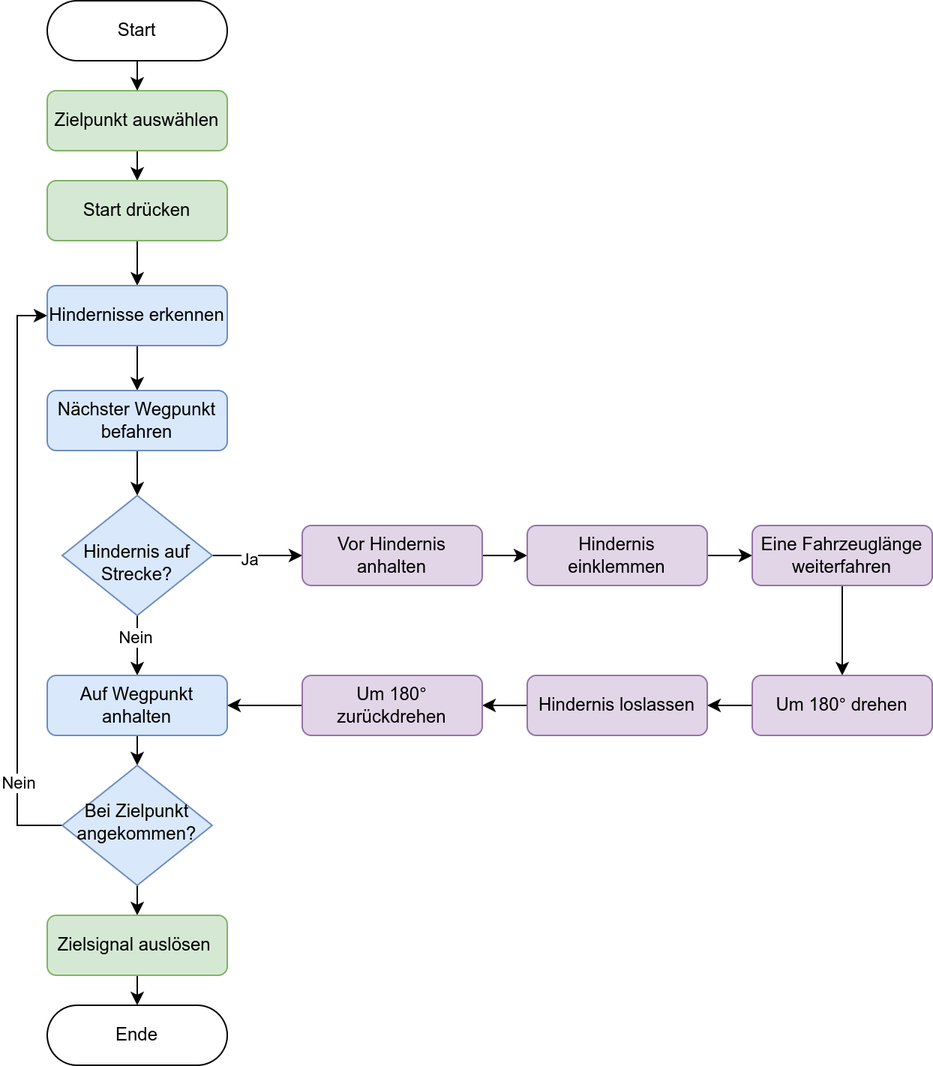
Above: img/lösungskonzpet/Ablaufdiagramm.png in gianfurrer/hslu-pren1-documentation (draw.io), before the change. Source tidied: cells renumbered, new cells last; positions are measured from the earlier drawing's top-left corner, leaving out a move shared by most shapes.
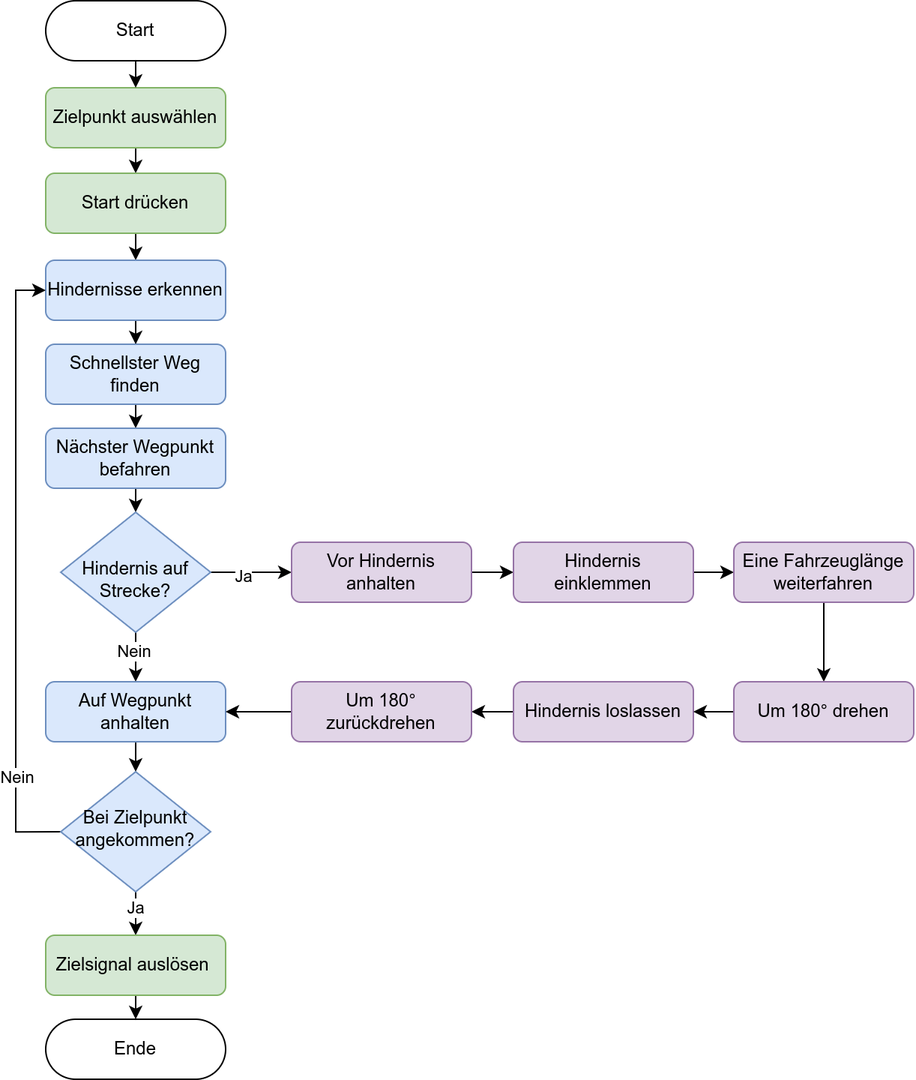
Above is the later version.

Change to the diagram source:
```diff
@@ -6,25 +6,28 @@
       <mxGeometry relative="1" as="geometry" />
     </mxCell>
     <mxCell id="3" value="Zielpunkt auswählen" style="rounded=1;whiteSpace=wrap;html=1;fontSize=12;glass=0;strokeWidth=1;shadow=0;fillColor=#d5e8d4;strokeColor=#82b366;" parent="1" vertex="1">
-      <mxGeometry x="20" y="60" width="120" height="40" as="geometry" />
+      <mxGeometry x="20" y="58" width="120" height="40" as="geometry" />
     </mxCell>
     <mxCell id="4" style="edgeStyle=orthogonalEdgeStyle;rounded=0;jettySize=auto;html=1;exitX=0.5;exitY=1;exitDx=0;exitDy=0;entryX=0.5;entryY=0;entryDx=0;entryDy=0;" parent="1" edge="1" source="5" target="7">
       <mxGeometry relative="1" as="geometry" />
     </mxCell>
     <mxCell id="5" value="Start drücken" style="rounded=1;whiteSpace=wrap;html=1;fontSize=12;glass=0;strokeWidth=1;shadow=0;fillColor=#d5e8d4;strokeColor=#82b366;" parent="1" vertex="1">
-      <mxGeometry x="20" y="120" width="120" height="40" as="geometry" />
+      <mxGeometry x="20" y="115" width="120" height="40" as="geometry" />
     </mxCell>
-    <mxCell id="6" style="edgeStyle=orthogonalEdgeStyle;rounded=0;jettySize=auto;html=1;exitX=0.5;exitY=1;exitDx=0;exitDy=0;entryX=0.5;entryY=0;entryDx=0;entryDy=0;" parent="1" edge="1" source="7" target="9">
+    <mxCell id="6" style="edgeStyle=orthogonalEdgeStyle;rounded=0;jettySize=auto;html=1;exitX=0.5;exitY=1;exitDx=0;exitDy=0;entryX=0.5;entryY=0;entryDx=0;entryDy=0;" parent="1" edge="1" source="40" target="9">
       <mxGeometry relative="1" as="geometry" />
     </mxCell>
+    <mxCell id="38" style="edgeStyle=orthogonalEdgeStyle;rounded=0;jettySize=auto;html=1;entryX=0.5;entryY=0;entryDx=0;entryDy=0;" parent="1" edge="1" source="7" target="40">
+      <mxGeometry relative="1" as="geometry" />
+    </mxCell>
     <mxCell id="7" value="Hindernisse erkennen" style="rounded=1;whiteSpace=wrap;html=1;fontSize=12;glass=0;strokeWidth=1;shadow=0;fillColor=#dae8fc;strokeColor=#6c8ebf;" parent="1" vertex="1">
-      <mxGeometry x="20" y="190" width="120" height="40" as="geometry" />
+      <mxGeometry x="20" y="173" width="120" height="40" as="geometry" />
     </mxCell>
     <mxCell id="8" style="edgeStyle=orthogonalEdgeStyle;rounded=0;jettySize=auto;html=1;exitX=0.5;exitY=1;exitDx=0;exitDy=0;entryX=0.5;entryY=0;entryDx=0;entryDy=0;" parent="1" edge="1" source="9" target="14">
       <mxGeometry relative="1" as="geometry" />
     </mxCell>
     <mxCell id="9" value="Nächster Wegpunkt befahren" style="rounded=1;whiteSpace=wrap;html=1;fontSize=12;glass=0;strokeWidth=1;shadow=0;fillColor=#dae8fc;strokeColor=#6c8ebf;" parent="1" vertex="1">
-      <mxGeometry x="20" y="260" width="120" height="40" as="geometry" />
+      <mxGeometry x="20" y="285" width="120" height="40" as="geometry" />
     </mxCell>
     <mxCell id="10" style="edgeStyle=orthogonalEdgeStyle;rounded=0;jettySize=auto;html=1;exitX=0.5;exitY=1;exitDx=0;exitDy=0;entryX=0.5;entryY=0;entryDx=0;entryDy=0;" parent="1" edge="1" source="14" target="16">
       <mxGeometry relative="1" as="geometry" />
@@ -41,72 +44,72 @@
       </mxGeometry>
     </mxCell>
     <mxCell id="14" value="&lt;div&gt;&lt;br&gt;&lt;/div&gt;Hindernis auf Strecke?" style="rhombus;whiteSpace=wrap;html=1;shadow=0;fontFamily=Helvetica;fontSize=12;align=center;strokeWidth=1;spacing=6;spacingTop=-4;fillColor=#dae8fc;strokeColor=#6c8ebf;" parent="1" vertex="1">
-      <mxGeometry x="30" y="330" width="100" height="80" as="geometry" />
+      <mxGeometry x="30" y="341" width="100" height="80" as="geometry" />
     </mxCell>
     <mxCell id="15" style="edgeStyle=orthogonalEdgeStyle;rounded=0;jettySize=auto;html=1;exitX=0.5;exitY=1;exitDx=0;exitDy=0;entryX=0.5;entryY=0;entryDx=0;entryDy=0;" parent="1" edge="1" source="16" target="20">
       <mxGeometry relative="1" as="geometry" />
     </mxCell>
     <mxCell id="16" value="Auf Wegpunkt anhalten" style="rounded=1;whiteSpace=wrap;html=1;fontSize=12;glass=0;strokeWidth=1;shadow=0;fillColor=#dae8fc;strokeColor=#6c8ebf;" parent="1" vertex="1">
-      <mxGeometry x="20" y="450" width="120" height="40" as="geometry" />
+      <mxGeometry x="20" y="454" width="120" height="40" as="geometry" />
     </mxCell>
+    <mxCell id="19" style="edgeStyle=orthogonalEdgeStyle;rounded=0;jettySize=auto;html=1;exitX=0.5;exitY=1;exitDx=0;exitDy=0;entryX=0.5;entryY=0;entryDx=0;entryDy=0;" parent="1" edge="1" source="20" target="34">
+      <mxGeometry relative="1" as="geometry" />
+    </mxCell>
+    <mxCell id="39" value="Ja" style="edgeLabel;html=1;align=center;verticalAlign=middle;" parent="19" vertex="1">
+      <mxGeometry x="-0.45" y="1" relative="1" as="geometry">
+        <mxPoint x="-2" y="2" as="offset" />
+      </mxGeometry>
+    </mxCell>
-    <mxCell id="17" style="edgeStyle=orthogonalEdgeStyle;rounded=0;jettySize=auto;html=1;entryX=0;entryY=0.5;entryDx=0;entryDy=0;" parent="1" edge="1" source="20" target="7">
-      <mxGeometry relative="1" as="geometry">
-        <Array as="points">
-          <mxPoint y="550" />
-          <mxPoint y="210" />
-        </Array>
-      </mxGeometry>
+    <mxCell id="17" style="edgeStyle=orthogonalEdgeStyle;rounded=0;jettySize=auto;html=1;exitX=0;exitY=0.5;exitDx=0;exitDy=0;entryX=0;entryY=0.5;entryDx=0;entryDy=0;" parent="1" edge="1" source="20" target="7">
+      <mxGeometry relative="1" as="geometry" />
     </mxCell>
     <mxCell id="18" value="Nein" style="edgeLabel;html=1;align=center;verticalAlign=middle;" parent="17" vertex="1">
-      <mxGeometry x="-0.7" relative="1" as="geometry" />
+      <mxGeometry x="-0.67" relative="1" as="geometry" />
     </mxCell>
-    <mxCell id="19" style="edgeStyle=orthogonalEdgeStyle;rounded=0;jettySize=auto;html=1;exitX=0.5;exitY=1;exitDx=0;exitDy=0;entryX=0.5;entryY=0;entryDx=0;entryDy=0;" parent="1" edge="1" source="20" target="34">
-      <mxGeometry relative="1" as="geometry" />
-    </mxCell>
     <mxCell id="20" value="Bei Zielpunkt angekommen?" style="rhombus;whiteSpace=wrap;html=1;shadow=0;fontFamily=Helvetica;fontSize=12;align=center;strokeWidth=1;spacing=6;spacingTop=-4;fillColor=#dae8fc;strokeColor=#6c8ebf;" parent="1" vertex="1">
-      <mxGeometry x="30" y="510" width="100" height="80" as="geometry" />
+      <mxGeometry x="30" y="514" width="100" height="80" as="geometry" />
     </mxCell>
     <mxCell id="21" style="edgeStyle=orthogonalEdgeStyle;rounded=0;jettySize=auto;html=1;exitX=1;exitY=0.5;exitDx=0;exitDy=0;entryX=0;entryY=0.5;entryDx=0;entryDy=0;" parent="1" edge="1" source="22" target="24">
       <mxGeometry relative="1" as="geometry" />
     </mxCell>
     <mxCell id="22" value="Vor Hindernis anhalten" style="rounded=1;whiteSpace=wrap;html=1;fontSize=12;glass=0;strokeWidth=1;shadow=0;fillColor=#e1d5e7;strokeColor=#9673a6;" parent="1" vertex="1">
-      <mxGeometry x="190" y="350" width="120" height="40" as="geometry" />
+      <mxGeometry x="184" y="361" width="120" height="40" as="geometry" />
     </mxCell>
     <mxCell id="23" style="edgeStyle=orthogonalEdgeStyle;rounded=0;jettySize=auto;html=1;exitX=1;exitY=0.5;exitDx=0;exitDy=0;entryX=0;entryY=0.5;entryDx=0;entryDy=0;" parent="1" edge="1" source="24" target="30">
       <mxGeometry relative="1" as="geometry" />
     </mxCell>
     <mxCell id="24" value="Hindernis einklemmen" style="rounded=1;whiteSpace=wrap;html=1;fontSize=12;glass=0;strokeWidth=1;shadow=0;fillColor=#e1d5e7;strokeColor=#9673a6;" parent="1" vertex="1">
-      <mxGeometry x="340" y="350" width="120" height="40" as="geometry" />
+      <mxGeometry x="332" y="361" width="120" height="40" as="geometry" />
     </mxCell>
     <mxCell id="25" style="edgeStyle=orthogonalEdgeStyle;rounded=0;jettySize=auto;html=1;exitX=0;exitY=0.5;exitDx=0;exitDy=0;entryX=1;entryY=0.5;entryDx=0;entryDy=0;" parent="1" edge="1" source="26" target="28">
       <mxGeometry relative="1" as="geometry" />
     </mxCell>
     <mxCell id="26" value="Hindernis loslassen" style="rounded=1;whiteSpace=wrap;html=1;fontSize=12;glass=0;strokeWidth=1;shadow=0;fillColor=#e1d5e7;strokeColor=#9673a6;" parent="1" vertex="1">
-      <mxGeometry x="340" y="450" width="120" height="40" as="geometry" />
+      <mxGeometry x="332" y="454" width="120" height="40" as="geometry" />
     </mxCell>
     <mxCell id="27" style="edgeStyle=orthogonalEdgeStyle;rounded=0;jettySize=auto;html=1;exitX=0;exitY=0.5;exitDx=0;exitDy=0;entryX=1;entryY=0.5;entryDx=0;entryDy=0;" parent="1" edge="1" source="28" target="16">
       <mxGeometry relative="1" as="geometry" />
     </mxCell>
     <mxCell id="28" value="Um 180° zurückdrehen" style="rounded=1;whiteSpace=wrap;html=1;fontSize=12;glass=0;strokeWidth=1;shadow=0;fillColor=#e1d5e7;strokeColor=#9673a6;" parent="1" vertex="1">
-      <mxGeometry x="190" y="450" width="120" height="40" as="geometry" />
+      <mxGeometry x="184" y="454" width="120" height="40" as="geometry" />
     </mxCell>
     <mxCell id="29" style="edgeStyle=orthogonalEdgeStyle;rounded=0;jettySize=auto;html=1;exitX=0.5;exitY=1;exitDx=0;exitDy=0;entryX=0.5;entryY=0;entryDx=0;entryDy=0;" parent="1" edge="1" source="30" target="32">
       <mxGeometry relative="1" as="geometry" />
     </mxCell>
     <mxCell id="30" value="Eine Fahrzeuglänge&lt;div&gt;weiterfahren&lt;/div&gt;" style="rounded=1;whiteSpace=wrap;html=1;fontSize=12;glass=0;strokeWidth=1;shadow=0;fillColor=#e1d5e7;strokeColor=#9673a6;" parent="1" vertex="1">
-      <mxGeometry x="490" y="350" width="120" height="40" as="geometry" />
+      <mxGeometry x="479" y="361" width="120" height="40" as="geometry" />
     </mxCell>
     <mxCell id="31" style="edgeStyle=orthogonalEdgeStyle;rounded=0;jettySize=auto;html=1;exitX=0;exitY=0.5;exitDx=0;exitDy=0;entryX=1;entryY=0.5;entryDx=0;entryDy=0;" parent="1" edge="1" source="32" target="26">
       <mxGeometry relative="1" as="geometry" />
     </mxCell>
     <mxCell id="32" value="Um 180° drehen" style="rounded=1;whiteSpace=wrap;html=1;fontSize=12;glass=0;strokeWidth=1;shadow=0;fillColor=#e1d5e7;strokeColor=#9673a6;" parent="1" vertex="1">
-      <mxGeometry x="490" y="450" width="120" height="40" as="geometry" />
+      <mxGeometry x="479" y="454" width="120" height="40" as="geometry" />
     </mxCell>
     <mxCell id="33" style="edgeStyle=orthogonalEdgeStyle;rounded=0;jettySize=auto;html=1;exitX=0.5;exitY=1;exitDx=0;exitDy=0;entryX=0.5;entryY=0;entryDx=0;entryDy=0;" parent="1" edge="1" source="34" target="37">
       <mxGeometry relative="1" as="geometry" />
     </mxCell>
     <mxCell id="34" value="Zielsignal auslösen&amp;nbsp;" style="rounded=1;whiteSpace=wrap;html=1;fontSize=12;glass=0;strokeWidth=1;shadow=0;fillColor=#d5e8d4;strokeColor=#82b366;" parent="1" vertex="1">
-      <mxGeometry x="20" y="610" width="120" height="40" as="geometry" />
+      <mxGeometry x="20" y="623" width="120" height="40" as="geometry" />
     </mxCell>
     <mxCell id="35" style="edgeStyle=orthogonalEdgeStyle;rounded=0;jettySize=auto;html=1;exitX=0.5;exitY=1;exitDx=0;exitDy=0;entryX=0.5;entryY=0;entryDx=0;entryDy=0;" parent="1" edge="1" source="36" target="3">
       <mxGeometry relative="1" as="geometry" />
@@ -115,7 +118,10 @@
       <mxGeometry x="20" width="120" height="40" as="geometry" />
     </mxCell>
     <mxCell id="37" value="Ende" style="rounded=1;whiteSpace=wrap;html=1;fontSize=12;glass=0;strokeWidth=1;shadow=0;arcSize=50;" parent="1" vertex="1">
-      <mxGeometry x="20" y="670" width="120" height="40" as="geometry" />
+      <mxGeometry x="20" y="679" width="120" height="40" as="geometry" />
     </mxCell>
+    <mxCell id="40" value="Schnellster Weg finden" style="rounded=1;whiteSpace=wrap;html=1;fontSize=12;glass=0;strokeWidth=1;shadow=0;fillColor=#dae8fc;strokeColor=#6c8ebf;" parent="1" vertex="1">
+      <mxGeometry x="20" y="229" width="120" height="40" as="geometry" />
+    </mxCell>
   </root>
 </mxGraphModel>
```
